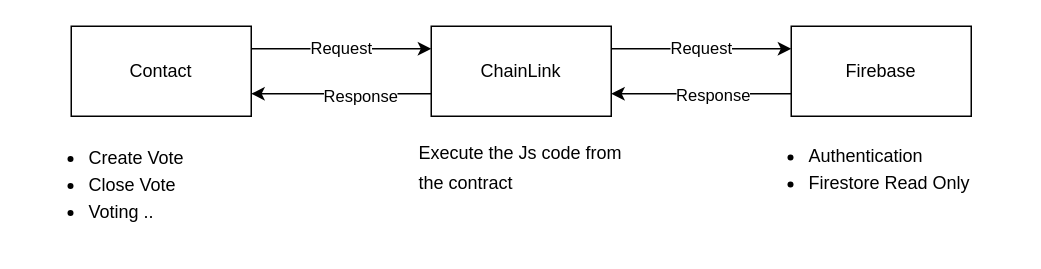
dylan-kwon/vote-chain keeps this draw.io diagram as contract/docs/res/architecture.drawio. Above is the earlier version. Source tidied: cells renumbered, new cells numbered last; positions are measured from the earlier drawing's top-left corner, leaving out a move shared by most shapes. Both pictures are drawn from the tidied source at 150%, with x=0, y=0 at pixel (26, 26).
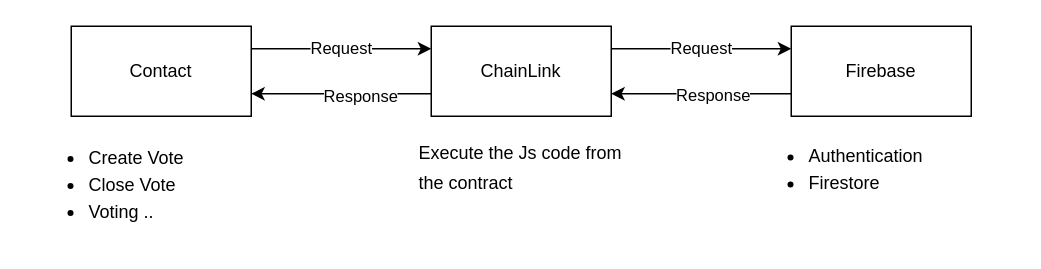
The same diagram, later.

The edit, as a diff of the source:
```diff
@@
 <mxGraphModel>
   <root>
     <mxCell id="0" />
     <mxCell id="1" parent="0" />
     <mxCell id="2" value="Contact" style="rounded=0;whiteSpace=wrap;html=1;" parent="1" vertex="1">
       <mxGeometry x="30" width="120" height="60" as="geometry" />
     </mxCell>
     <mxCell id="3" value="ChainLink" style="rounded=0;whiteSpace=wrap;html=1;" parent="1" vertex="1">
       <mxGeometry x="270" width="120" height="60" as="geometry" />
     </mxCell>
     <mxCell id="4" value="Firebase" style="rounded=0;whiteSpace=wrap;html=1;" parent="1" vertex="1">
       <mxGeometry x="510" width="120" height="60" as="geometry" />
     </mxCell>
     <mxCell id="5" value="Request" style="endArrow=classic;html=1;rounded=0;exitX=1;exitY=0.25;exitDx=0;exitDy=0;entryX=0;entryY=0.25;entryDx=0;entryDy=0;" parent="1" edge="1" source="2" target="3">
       <mxGeometry relative="1" as="geometry" />
     </mxCell>
     <mxCell id="6" value="Request" style="endArrow=classic;html=1;rounded=0;entryX=0;entryY=0.25;entryDx=0;entryDy=0;exitX=1;exitY=0.25;exitDx=0;exitDy=0;" parent="1" edge="1" source="3" target="4">
       <mxGeometry relative="1" as="geometry" />
     </mxCell>
     <mxCell id="7" style="endArrow=classic;html=1;rounded=0;exitX=0;exitY=0.75;exitDx=0;exitDy=0;entryX=1;entryY=0.75;entryDx=0;entryDy=0;" parent="1" edge="1" source="4" target="3">
       <mxGeometry relative="1" as="geometry" />
     </mxCell>
     <mxCell id="8" value="Response" style="edgeLabel;html=1;align=center;verticalAlign=middle;" parent="7" vertex="1">
       <mxGeometry x="-0.12" relative="1" as="geometry" />
     </mxCell>
     <mxCell id="9" style="endArrow=classic;html=1;rounded=0;exitX=0;exitY=0.75;exitDx=0;exitDy=0;entryX=1;entryY=0.75;entryDx=0;entryDy=0;" parent="1" edge="1" source="3" target="2">
       <mxGeometry relative="1" as="geometry" />
     </mxCell>
     <mxCell id="10" value="Response" style="edgeLabel;html=1;align=center;verticalAlign=middle;" parent="9" vertex="1">
       <mxGeometry x="-0.2" y="1" relative="1" as="geometry" />
     </mxCell>
     <mxCell id="11" value="&lt;ul style=&quot;line-height: 150%;&quot;&gt;&lt;li&gt;Create Vote&lt;/li&gt;&lt;li&gt;Close Vote&lt;/li&gt;&lt;li&gt;Voting&amp;nbsp;..&lt;/li&gt;&lt;/ul&gt;" style="text;html=1;align=left;verticalAlign=middle;whiteSpace=wrap;rounded=0;" parent="1" vertex="1">
       <mxGeometry y="70" width="120" height="70" as="geometry" />
     </mxCell>
-    <mxCell id="12" value="&lt;ul style=&quot;line-height: 150%;&quot;&gt;&lt;li&gt;Authentication&lt;/li&gt;&lt;li&gt;Firestore Read Only&lt;/li&gt;&lt;/ul&gt;" style="text;html=1;align=left;verticalAlign=middle;whiteSpace=wrap;rounded=0;" parent="1" vertex="1">
+    <mxCell id="12" value="&lt;ul style=&quot;line-height: 150%;&quot;&gt;&lt;li&gt;Authentication&lt;/li&gt;&lt;li&gt;Firestore&lt;/li&gt;&lt;/ul&gt;" style="text;html=1;align=left;verticalAlign=middle;whiteSpace=wrap;rounded=0;" parent="1" vertex="1">
       <mxGeometry x="480" y="60" width="180" height="70" as="geometry" />
     </mxCell>
     <mxCell id="13" value="&lt;p style=&quot;line-height: 160%;&quot;&gt;&lt;span style=&quot;background-color: initial;&quot;&gt;Execute the Js code&lt;/span&gt;&lt;span style=&quot;background-color: initial;&quot;&gt;&amp;nbsp;from the contract&lt;/span&gt;&lt;/p&gt;" style="text;html=1;align=left;verticalAlign=middle;whiteSpace=wrap;rounded=0;" parent="1" vertex="1">
       <mxGeometry x="260" y="60" width="150" height="70" as="geometry" />
     </mxCell>
   </root>
 </mxGraphModel>
```
